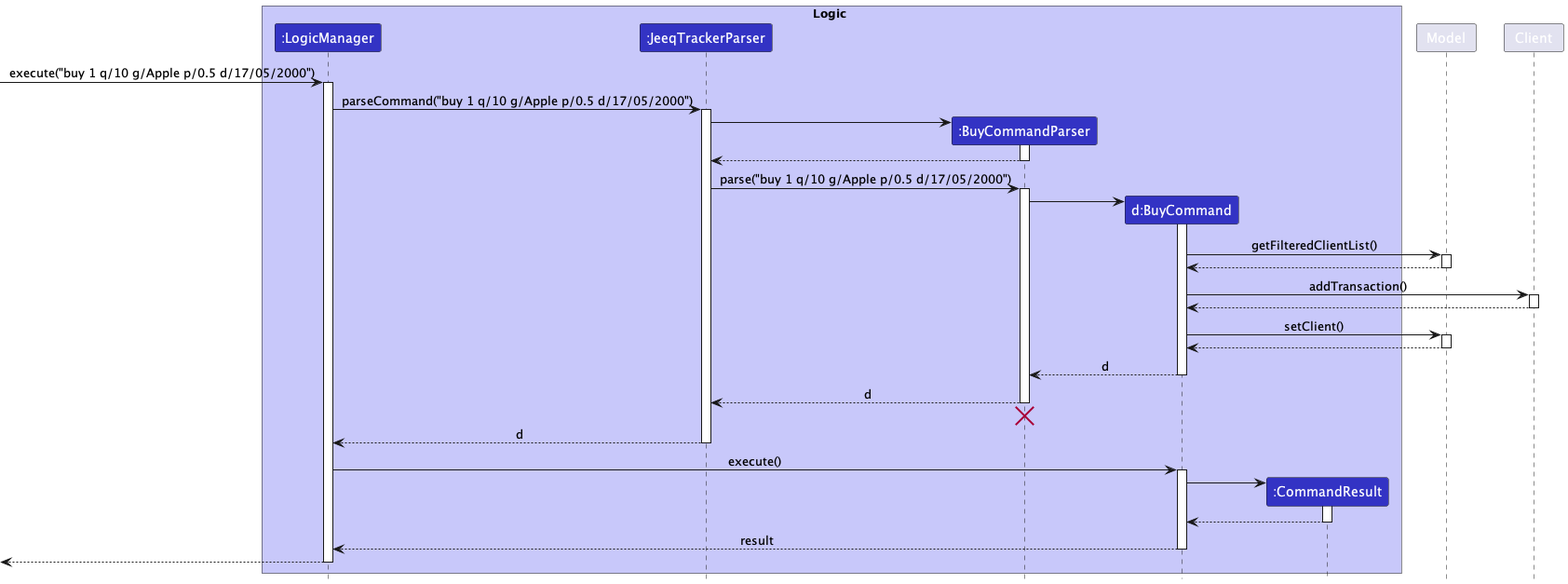
This is docs/images/BuyCommandSequenceDiagram.png from nus-cs2103-AY2223S1/tp, a PlantUML export, as it was before one commit. Its source is kept beside it as docs/diagrams/BuyCommandSequenceDiagram.puml.
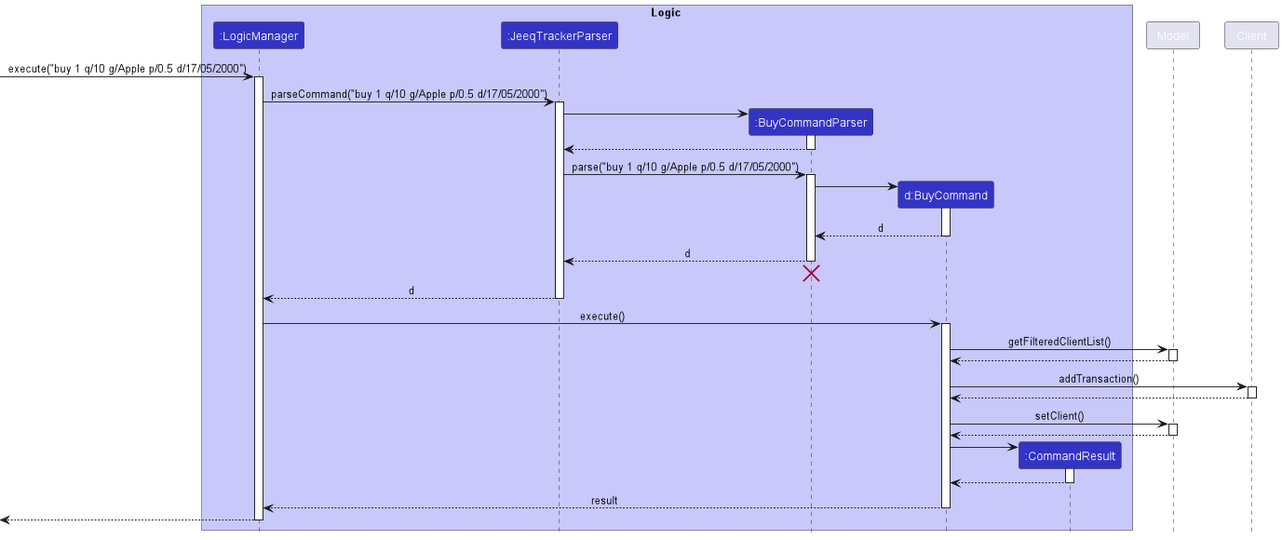
The same file after the commit.

Diff of the diagram source:
```diff
@@ -29,6 +29,21 @@
  BuyCommandParser -> BuyCommand
  activate BuyCommand
 
+ BuyCommand --> BuyCommandParser : d
+ deactivate BuyCommand
+
+ BuyCommandParser --> JeeqTrackerParser : d
+ deactivate BuyCommandParser
+ BuyCommandParser -[hidden]-> JeeqTrackerParser
+ destroy BuyCommandParser
+
+
+ JeeqTrackerParser --> LogicManager : d
+ deactivate JeeqTrackerParser
+
+ LogicManager -> BuyCommand : execute()
+ activate BuyCommand
+
  BuyCommand -> Model :getFilteredClientList()
  activate Model
 
@@ -47,21 +62,6 @@
  Model --> BuyCommand
  deactivate Model
 
- BuyCommand --> BuyCommandParser : d
- deactivate BuyCommand
-
- BuyCommandParser --> JeeqTrackerParser : d
- deactivate BuyCommandParser
- BuyCommandParser -[hidden]-> JeeqTrackerParser
- destroy BuyCommandParser
-
-
- JeeqTrackerParser --> LogicManager : d
- deactivate JeeqTrackerParser
-
- LogicManager -> BuyCommand : execute()
- activate BuyCommand
-
  create CommandResult
  BuyCommand -> CommandResult
  activate CommandResult
```
